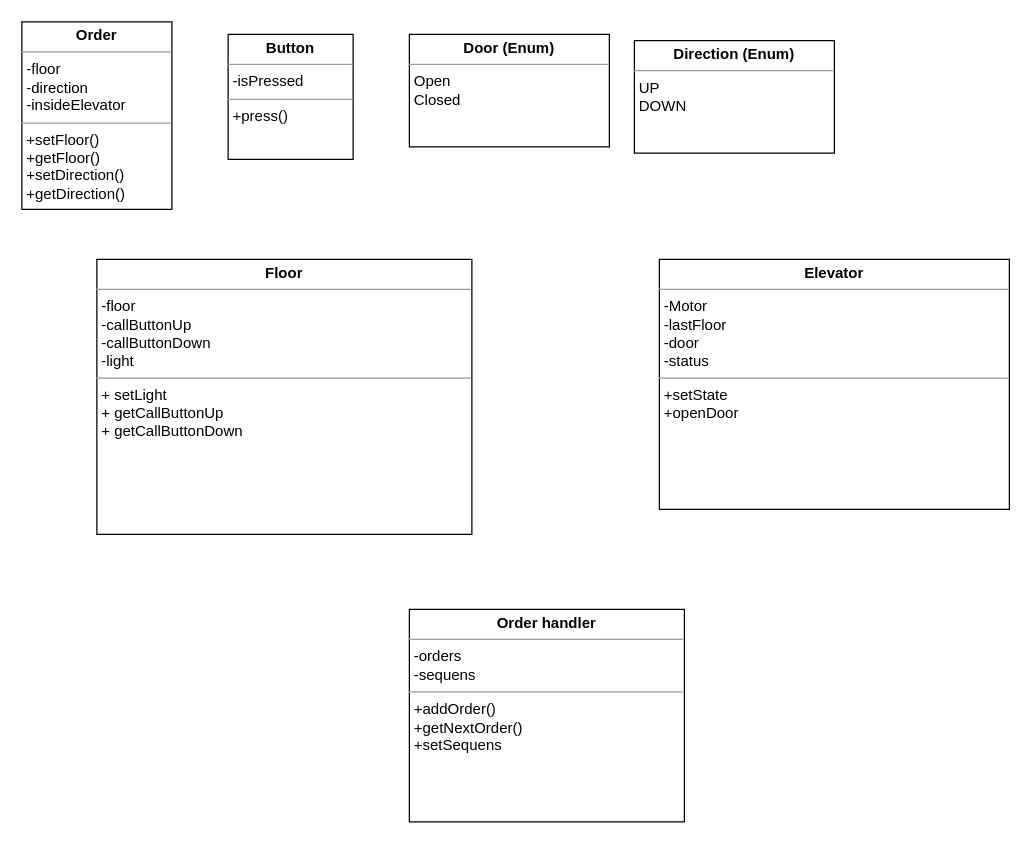
KasperTL/Heislab keeps this draw.io diagram as UML/klassediagram.drawio. Above is the earlier version. Source tidied: cells renumbered, new cells numbered last; positions are measured from the earlier drawing's top-left corner, leaving out a move shared by most shapes. Both pictures are drawn from the tidied source at 125%, with x=0, y=0 at pixel (21, 21).
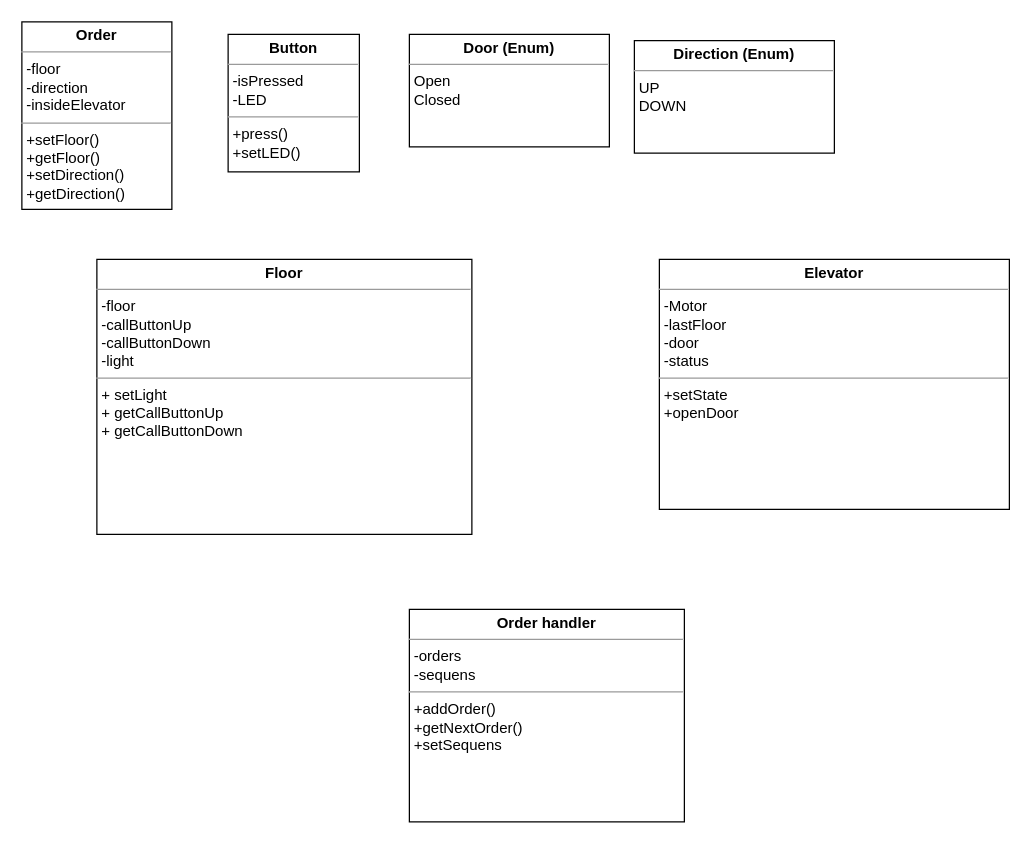
The same diagram, later.

Change to the diagram source:
```diff
@@
 <mxGraphModel>
   <root>
     <mxCell id="0" />
     <mxCell id="1" parent="0" />
     <mxCell id="2" value="&lt;p style=&quot;margin:0px;margin-top:4px;text-align:center;&quot;&gt;&lt;b&gt;Elevat&lt;/b&gt;&lt;b style=&quot;background-color: initial;&quot;&gt;or&lt;/b&gt;&lt;/p&gt;&lt;hr size=&quot;1&quot;&gt;&lt;p style=&quot;margin:0px;margin-left:4px;&quot;&gt;-Motor&lt;/p&gt;&lt;p style=&quot;margin:0px;margin-left:4px;&quot;&gt;-lastFloor&lt;br&gt;&lt;/p&gt;&lt;p style=&quot;margin:0px;margin-left:4px;&quot;&gt;-door&lt;/p&gt;&lt;p style=&quot;margin:0px;margin-left:4px;&quot;&gt;-status&lt;/p&gt;&lt;hr size=&quot;1&quot;&gt;&lt;p style=&quot;margin:0px;margin-left:4px;&quot;&gt;+setState&lt;/p&gt;&lt;p style=&quot;margin:0px;margin-left:4px;&quot;&gt;+openDoor&lt;/p&gt;&lt;p style=&quot;margin:0px;margin-left:4px;&quot;&gt;&lt;br&gt;&lt;/p&gt;" style="verticalAlign=top;align=left;overflow=fill;fontSize=12;fontFamily=Helvetica;html=1;" parent="1" vertex="1">
       <mxGeometry x="510" y="190" width="280" height="200" as="geometry" />
     </mxCell>
     <mxCell id="3" value="&lt;p style=&quot;margin:0px;margin-top:4px;text-align:center;&quot;&gt;&lt;b&gt;Order&lt;/b&gt;&lt;/p&gt;&lt;hr size=&quot;1&quot;&gt;&lt;p style=&quot;margin:0px;margin-left:4px;&quot;&gt;-floor&lt;/p&gt;&lt;p style=&quot;margin:0px;margin-left:4px;&quot;&gt;-direction&lt;/p&gt;&lt;p style=&quot;margin:0px;margin-left:4px;&quot;&gt;-insideElevator&lt;/p&gt;&lt;hr size=&quot;1&quot;&gt;&lt;p style=&quot;margin:0px;margin-left:4px;&quot;&gt;+setFloor()&lt;/p&gt;&lt;p style=&quot;margin:0px;margin-left:4px;&quot;&gt;+getFloor()&lt;/p&gt;&lt;p style=&quot;margin:0px;margin-left:4px;&quot;&gt;+setDirection()&lt;/p&gt;&lt;p style=&quot;margin:0px;margin-left:4px;&quot;&gt;+getDirection()&lt;/p&gt;" style="verticalAlign=top;align=left;overflow=fill;fontSize=12;fontFamily=Helvetica;html=1;" parent="1" vertex="1">
       <mxGeometry width="120" height="150" as="geometry" />
     </mxCell>
     <mxCell id="4" value="&lt;p style=&quot;margin:0px;margin-top:4px;text-align:center;&quot;&gt;&lt;b style=&quot;background-color: initial;&quot;&gt;Order handler&lt;/b&gt;&lt;br&gt;&lt;/p&gt;&lt;hr size=&quot;1&quot;&gt;&lt;p style=&quot;margin:0px;margin-left:4px;&quot;&gt;-orders&lt;/p&gt;&lt;p style=&quot;margin:0px;margin-left:4px;&quot;&gt;-sequens&lt;/p&gt;&lt;hr size=&quot;1&quot;&gt;&lt;p style=&quot;margin:0px;margin-left:4px;&quot;&gt;+addOrder()&lt;/p&gt;&lt;p style=&quot;margin:0px;margin-left:4px;&quot;&gt;+getNextOrder()&lt;/p&gt;&lt;p style=&quot;margin:0px;margin-left:4px;&quot;&gt;+setSequens&lt;/p&gt;&lt;p style=&quot;margin:0px;margin-left:4px;&quot;&gt;&lt;br&gt;&lt;/p&gt;&lt;p style=&quot;margin:0px;margin-left:4px;&quot;&gt;&lt;br&gt;&lt;/p&gt;" style="verticalAlign=top;align=left;overflow=fill;fontSize=12;fontFamily=Helvetica;html=1;" parent="1" vertex="1">
       <mxGeometry x="310" y="470" width="220" height="170" as="geometry" />
     </mxCell>
-    <mxCell id="5" value="&lt;p style=&quot;margin:0px;margin-top:4px;text-align:center;&quot;&gt;&lt;b&gt;Button&lt;/b&gt;&lt;/p&gt;&lt;hr size=&quot;1&quot;&gt;&lt;p style=&quot;margin:0px;margin-left:4px;&quot;&gt;-isPressed&lt;/p&gt;&lt;hr size=&quot;1&quot;&gt;&lt;p style=&quot;margin:0px;margin-left:4px;&quot;&gt;&lt;span style=&quot;background-color: initial;&quot;&gt;+press()&lt;/span&gt;&lt;/p&gt;" style="verticalAlign=top;align=left;overflow=fill;fontSize=12;fontFamily=Helvetica;html=1;" parent="1" vertex="1">
-      <mxGeometry x="165" y="10" width="100" height="100" as="geometry" />
+    <mxCell id="5" value="&lt;p style=&quot;margin:0px;margin-top:4px;text-align:center;&quot;&gt;&lt;b&gt;Button&lt;/b&gt;&lt;/p&gt;&lt;hr size=&quot;1&quot;&gt;&lt;p style=&quot;margin:0px;margin-left:4px;&quot;&gt;-isPressed&lt;/p&gt;&lt;p style=&quot;margin:0px;margin-left:4px;&quot;&gt;-LED&lt;/p&gt;&lt;hr size=&quot;1&quot;&gt;&lt;p style=&quot;margin:0px;margin-left:4px;&quot;&gt;&lt;span style=&quot;background-color: initial;&quot;&gt;+press()&lt;/span&gt;&lt;/p&gt;&lt;p style=&quot;margin:0px;margin-left:4px;&quot;&gt;&lt;span style=&quot;background-color: initial;&quot;&gt;+setLED()&lt;/span&gt;&lt;/p&gt;" style="verticalAlign=top;align=left;overflow=fill;fontSize=12;fontFamily=Helvetica;html=1;" parent="1" vertex="1">
+      <mxGeometry x="165" y="10" width="105" height="110" as="geometry" />
     </mxCell>
     <mxCell id="6" value="&lt;p style=&quot;margin:0px;margin-top:4px;text-align:center;&quot;&gt;&lt;b&gt;Floor&lt;/b&gt;&lt;/p&gt;&lt;hr size=&quot;1&quot;&gt;&lt;p style=&quot;margin:0px;margin-left:4px;&quot;&gt;-floor&lt;/p&gt;&lt;p style=&quot;margin:0px;margin-left:4px;&quot;&gt;-callButtonUp&lt;/p&gt;&lt;p style=&quot;margin:0px;margin-left:4px;&quot;&gt;-callButtonDown&lt;/p&gt;&lt;p style=&quot;margin:0px;margin-left:4px;&quot;&gt;-light&lt;/p&gt;&lt;hr size=&quot;1&quot;&gt;&lt;p style=&quot;margin:0px;margin-left:4px;&quot;&gt;+ setLight&lt;/p&gt;&lt;p style=&quot;margin:0px;margin-left:4px;&quot;&gt;+ getCallButtonUp&lt;/p&gt;&lt;p style=&quot;margin:0px;margin-left:4px;&quot;&gt;+ getCallButtonDown&lt;/p&gt;&lt;p style=&quot;margin:0px;margin-left:4px;&quot;&gt;&lt;br&gt;&lt;/p&gt;" style="verticalAlign=top;align=left;overflow=fill;fontSize=12;fontFamily=Helvetica;html=1;" parent="1" vertex="1">
       <mxGeometry x="60" y="190" width="300" height="220" as="geometry" />
     </mxCell>
     <mxCell id="7" value="&lt;p style=&quot;margin:0px;margin-top:4px;text-align:center;&quot;&gt;&lt;b&gt;Door (Enum)&lt;/b&gt;&lt;/p&gt;&lt;hr size=&quot;1&quot;&gt;&lt;p style=&quot;margin:0px;margin-left:4px;&quot;&gt;Open&lt;/p&gt;&lt;p style=&quot;margin:0px;margin-left:4px;&quot;&gt;Closed&lt;/p&gt;" style="verticalAlign=top;align=left;overflow=fill;fontSize=12;fontFamily=Helvetica;html=1;" parent="1" vertex="1">
       <mxGeometry x="310" y="10" width="160" height="90" as="geometry" />
     </mxCell>
     <mxCell id="8" value="&lt;p style=&quot;margin:0px;margin-top:4px;text-align:center;&quot;&gt;&lt;b&gt;Direction (Enum)&lt;/b&gt;&lt;/p&gt;&lt;hr size=&quot;1&quot;&gt;&lt;p style=&quot;margin:0px;margin-left:4px;&quot;&gt;UP&lt;/p&gt;&lt;p style=&quot;margin:0px;margin-left:4px;&quot;&gt;DOWN&lt;/p&gt;" style="verticalAlign=top;align=left;overflow=fill;fontSize=12;fontFamily=Helvetica;html=1;" parent="1" vertex="1">
       <mxGeometry x="490" y="15" width="160" height="90" as="geometry" />
     </mxCell>
   </root>
 </mxGraphModel>
```
